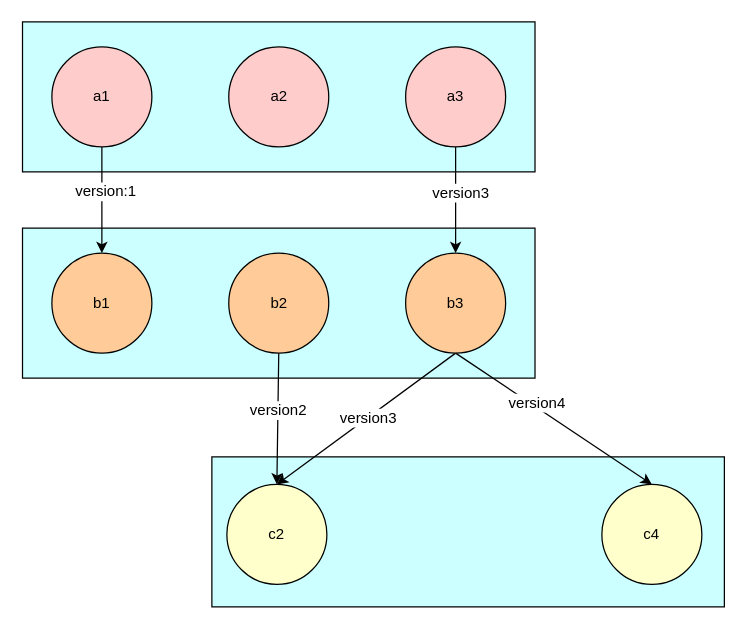
frankneu/draw.io keeps this draw.io diagram as 稳定性数据多版本设计.drawio. Above is the earlier version. Source tidied: cells renumbered, new cells numbered last; positions are measured from the earlier drawing's top-left corner, leaving out a move shared by most shapes. Both pictures are drawn from the tidied source at 125%, with x=0, y=0 at pixel (21, 21).
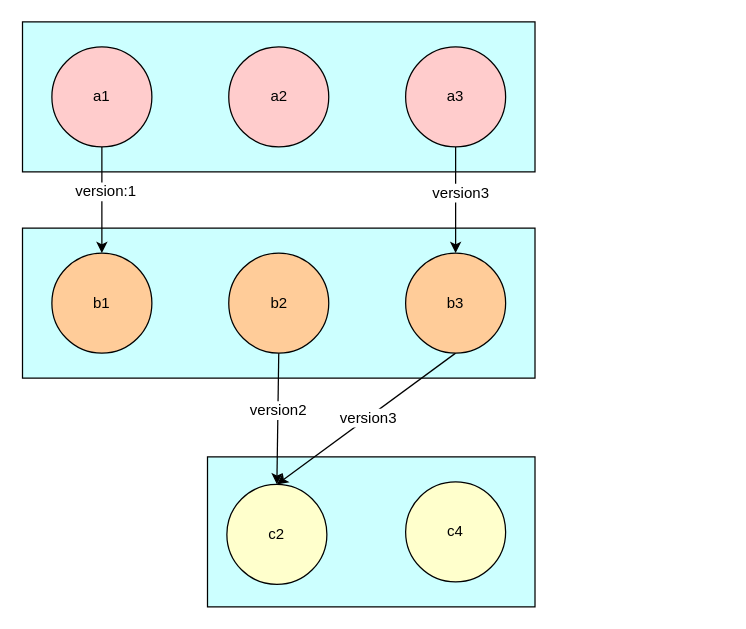
Above is the later version.

Commit message:
Update 稳定性数据多版本设计.drawio

The change refers to these unchanged cells:
```xml
<mxCell id="20" value="b3" style="ellipse;whiteSpace=wrap;html=1;fillColor=#FFCC99;" parent="1" vertex="1">
  <mxGeometry x="307" y="185" width="80" height="80" as="geometry" />
</mxCell>
```

Diff of the diagram source:
```diff
@@
     <mxCell id="2" style="rounded=0;whiteSpace=wrap;html=1;fillColor=#CCFFFF;" parent="1" vertex="1">
-      <mxGeometry x="152" y="348" width="410" height="120" as="geometry" />
+      <mxGeometry x="148.5" y="348" width="262" height="120" as="geometry" />
     </mxCell>
@@
-    <mxCell id="18" style="edgeStyle=none;rounded=0;jettySize=auto;html=1;exitX=0.5;exitY=1;exitDx=0;exitDy=0;entryX=0.5;entryY=0;entryDx=0;entryDy=0;" parent="1" edge="1" source="20" target="22">
-      <mxGeometry relative="1" as="geometry" />
-    </mxCell>
-    <mxCell id="19" value="version4" style="text;html=1;align=center;verticalAlign=middle;labelBackgroundColor=#ffffff;" parent="18" vertex="1">
-      <mxGeometry x="-0.19" y="3" relative="1" as="geometry" />
-    </mxCell>
@@
     <mxCell id="22" value="c4" style="ellipse;whiteSpace=wrap;html=1;fillColor=#FFFFCC;" parent="1" vertex="1">
-      <mxGeometry x="464" y="370" width="80" height="80" as="geometry" />
+      <mxGeometry x="307" y="368" width="80" height="80" as="geometry" />
     </mxCell>
```
